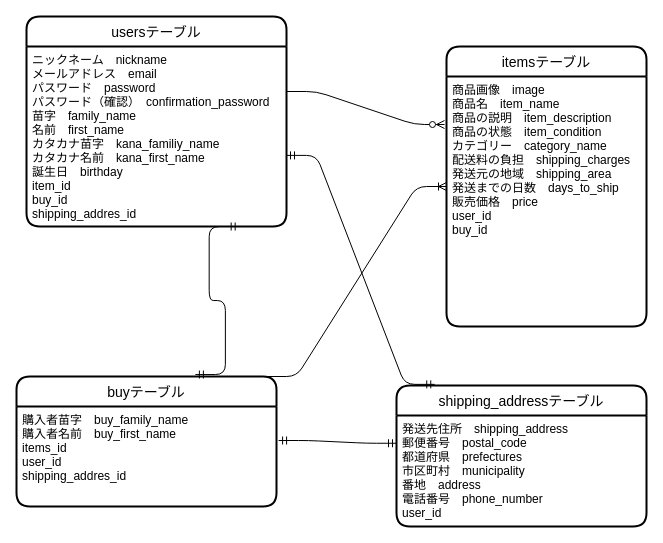
dino-pg/furima-34856 keeps this draw.io diagram as furima.dio. Above is the earlier version. Source tidied: cells renumbered, new cells numbered last; positions are measured from the earlier drawing's top-left corner, leaving out a move shared by most shapes. Both pictures are drawn from the tidied source at 100%, with x=0, y=0 at pixel (16, 16).
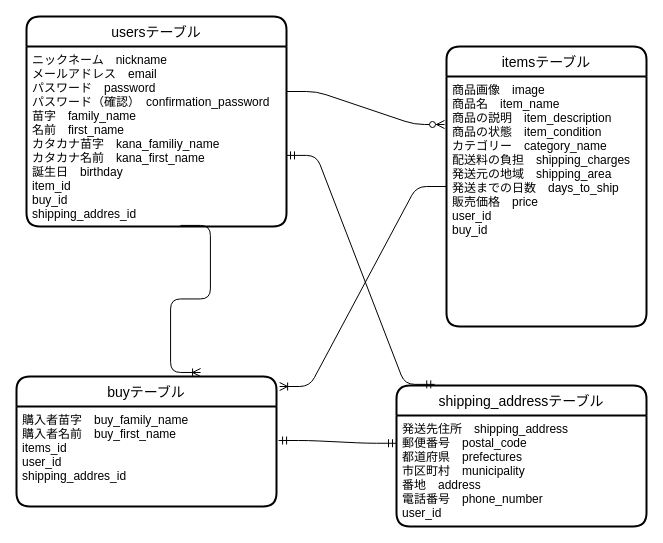
After the change.

The edit, as a diff of the source:
```diff
@@
 <mxGraphModel>
   <root>
     <mxCell id="0" />
     <mxCell id="1" parent="0" />
     <mxCell id="2" value="usersテーブル" style="swimlane;horizontal=1;startSize=30;rounded=1;fontSize=14;fontStyle=0;strokeWidth=2;shadow=0;dashed=0;align=center;" parent="1" vertex="1">
       <mxGeometry x="10" width="260" height="210" as="geometry" />
     </mxCell>
     <mxCell id="3" value="ニックネーム　nickname&#10;メールアドレス　email&#10;パスワード　password&#10;パスワード（確認）　confirmation_password&#10;苗字　family_name&#10;名前　first_name&#10;カタカナ苗字　kana_familiy_name&#10;カタカナ名前　kana_first_name&#10;誕生日　birthday&#10;item_id&#10;buy_id&#10;shipping_addres_id" style="align=left;strokeColor=none;fillColor=none;spacingLeft=4;fontSize=12;verticalAlign=top;" parent="2" vertex="1">
       <mxGeometry y="30" width="260" height="180" as="geometry" />
     </mxCell>
     <mxCell id="4" value="buyテーブル" style="swimlane;horizontal=1;startSize=30;rounded=1;fontSize=14;fontStyle=0;strokeWidth=2;shadow=0;dashed=0;align=center;" parent="1" vertex="1">
       <mxGeometry y="360" width="260" height="130" as="geometry" />
     </mxCell>
     <mxCell id="5" value="購入者苗字　buy_family_name&#10;購入者名前　buy_first_name&#10;items_id&#10;user_id&#10;shipping_addres_id" style="align=left;strokeColor=none;fillColor=none;spacingLeft=4;fontSize=12;verticalAlign=top;" parent="4" vertex="1">
       <mxGeometry y="30" width="260" height="100" as="geometry" />
     </mxCell>
     <mxCell id="6" style="edgeStyle=entityRelationEdgeStyle;fontSize=12;html=1;endArrow=ERzeroToMany;endFill=1;exitX=1;exitY=0.25;exitDx=0;exitDy=0;" parent="1" edge="1" source="3">
       <mxGeometry relative="1" as="geometry">
         <mxPoint x="428" y="108" as="targetPoint" />
       </mxGeometry>
     </mxCell>
     <mxCell id="7" value="itemsテーブル" style="swimlane;horizontal=1;startSize=30;rounded=1;fontSize=14;fontStyle=0;strokeWidth=2;shadow=0;dashed=0;align=center;" parent="1" vertex="1">
       <mxGeometry x="430" y="30" width="200" height="280" as="geometry" />
     </mxCell>
     <mxCell id="8" value="商品画像　image&#10;商品名　item_name&#10;商品の説明　item_description&#10;商品の状態　item_condition&#10;カテゴリー　category_name&#10;配送料の負担　shipping_charges&#10;発送元の地域　shipping_area&#10;発送までの日数　days_to_ship&#10;販売価格　price&#10;user_id&#10;buy_id" style="align=left;strokeColor=none;fillColor=none;spacingLeft=4;fontSize=12;verticalAlign=top;" parent="7" vertex="1">
       <mxGeometry y="30" width="200" height="250" as="geometry" />
     </mxCell>
-    <mxCell id="9" style="edgeStyle=entityRelationEdgeStyle;fontSize=12;html=1;endArrow=ERmandOne;startArrow=ERmandOne;entryX=0.818;entryY=1;entryDx=0;entryDy=0;entryPerimeter=0;exitX=0.688;exitY=-0.015;exitDx=0;exitDy=0;exitPerimeter=0;" parent="1" edge="1" source="4" target="3">
-      <mxGeometry relative="1" as="geometry" />
-    </mxCell>
     <mxCell id="10" value="shipping_addressテーブル" style="swimlane;horizontal=1;startSize=30;rounded=1;fontSize=14;fontStyle=0;strokeWidth=2;shadow=0;dashed=0;align=center;" parent="1" vertex="1">
       <mxGeometry x="380" y="369" width="250" height="141" as="geometry" />
     </mxCell>
     <mxCell id="11" value="発送先住所　shipping_address&#10;郵便番号　postal_code&#10;都道府県　prefectures&#10;市区町村　municipality&#10;番地　address&#10;電話番号　phone_number&#10;user_id" style="align=left;strokeColor=none;fillColor=none;spacingLeft=4;fontSize=12;verticalAlign=top;" parent="10" vertex="1">
       <mxGeometry y="30" width="250" height="111" as="geometry" />
     </mxCell>
     <mxCell id="12" style="edgeStyle=entityRelationEdgeStyle;fontSize=12;html=1;endArrow=ERmandOne;startArrow=ERmandOne;entryX=1;entryY=0.605;entryDx=0;entryDy=0;entryPerimeter=0;exitX=0.153;exitY=-0.008;exitDx=0;exitDy=0;exitPerimeter=0;" parent="1" edge="1" source="10" target="3">
       <mxGeometry relative="1" as="geometry" />
     </mxCell>
-    <mxCell id="13" style="edgeStyle=entityRelationEdgeStyle;fontSize=12;html=1;endArrow=ERoneToMany;exitX=0.962;exitY=0;exitDx=0;exitDy=0;exitPerimeter=0;entryX=0;entryY=0.5;entryDx=0;entryDy=0;" parent="1" edge="1" source="4" target="7">
+    <mxCell id="13" style="edgeStyle=entityRelationEdgeStyle;fontSize=12;html=1;endArrow=ERoneToMany;exitX=0;exitY=0.5;exitDx=0;exitDy=0;entryX=1.012;entryY=0.077;entryDx=0;entryDy=0;entryPerimeter=0;" parent="1" edge="1" source="7" target="4">
       <mxGeometry relative="1" as="geometry" />
     </mxCell>
     <mxCell id="14" style="edgeStyle=entityRelationEdgeStyle;fontSize=12;html=1;endArrow=ERmandOne;startArrow=ERmandOne;exitX=1.008;exitY=0.34;exitDx=0;exitDy=0;exitPerimeter=0;entryX=0;entryY=0.25;entryDx=0;entryDy=0;" parent="1" edge="1" source="5" target="11">
       <mxGeometry relative="1" as="geometry" />
     </mxCell>
+    <mxCell id="15" style="edgeStyle=entityRelationEdgeStyle;fontSize=12;html=1;endArrow=ERoneToMany;exitX=0.592;exitY=0.994;exitDx=0;exitDy=0;exitPerimeter=0;entryX=0.708;entryY=-0.031;entryDx=0;entryDy=0;entryPerimeter=0;" parent="1" edge="1" source="3" target="4">
+      <mxGeometry relative="1" as="geometry" />
+    </mxCell>
   </root>
 </mxGraphModel>
```
